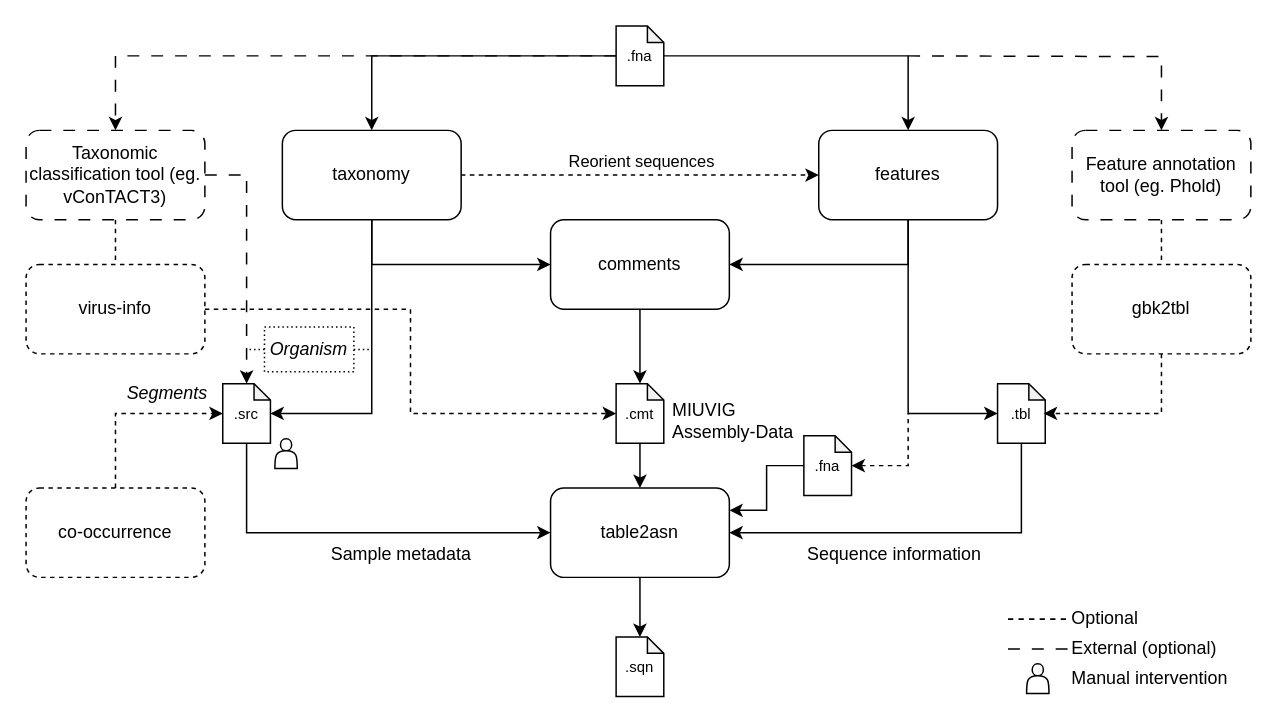
This is _static/suvtk_diagram.drawio from LanderDC/suvtk, a draw.io file, before an edit. Source tidied: cells renumbered, new cells numbered last; positions are measured from the earlier drawing's top-left corner, leaving out a move shared by most shapes. Both pictures are drawn from the tidied source at 149%, with x=0, y=0 at pixel (25, 25).
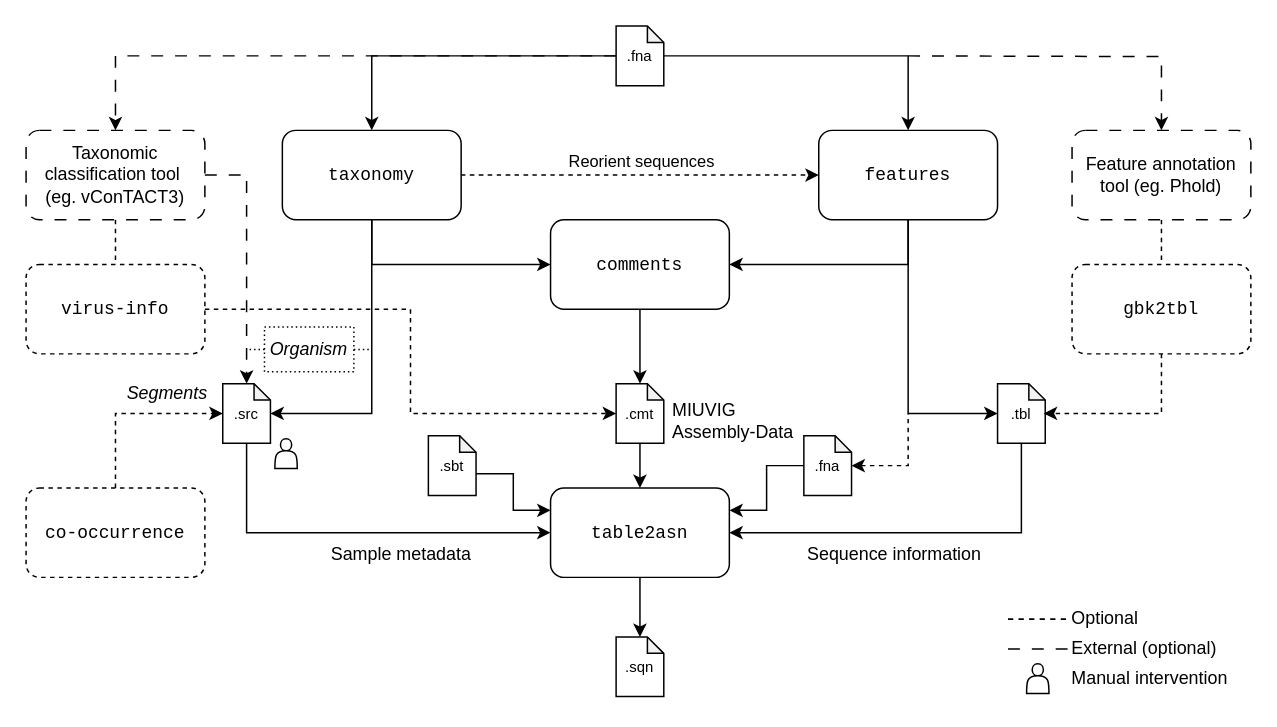
The same diagram, later.

The edit, as a diff of the source:
```diff
@@
-    <mxCell id="5" value="taxonomy" style="rounded=1;whiteSpace=wrap;html=1;" parent="1" vertex="1">
+    <mxCell id="5" value="&lt;font face=&quot;Courier New&quot;&gt;taxonomy&lt;/font&gt;" style="rounded=1;whiteSpace=wrap;html=1;" parent="1" vertex="1">
       <mxGeometry x="172" y="70" width="120" height="60" as="geometry" />
     </mxCell>
@@
-    <mxCell id="7" value="features" style="rounded=1;whiteSpace=wrap;html=1;" parent="1" vertex="1">
+    <mxCell id="7" value="&lt;font face=&quot;Courier New&quot;&gt;features&lt;/font&gt;" style="rounded=1;whiteSpace=wrap;html=1;" parent="1" vertex="1">
       <mxGeometry x="532" y="70" width="120" height="60" as="geometry" />
     </mxCell>
@@
-    <mxCell id="9" value="comments" style="rounded=1;whiteSpace=wrap;html=1;" parent="1" vertex="1">
+    <mxCell id="9" value="&lt;font face=&quot;Courier New&quot;&gt;comments&lt;/font&gt;" style="rounded=1;whiteSpace=wrap;html=1;" parent="1" vertex="1">
       <mxGeometry x="352" y="130" width="120" height="60" as="geometry" />
     </mxCell>
-    <mxCell id="10" value="virus-info" style="rounded=1;whiteSpace=wrap;html=1;dashed=1;" parent="1" vertex="1">
+    <mxCell id="10" value="&lt;font face=&quot;Courier New&quot;&gt;virus-info&lt;/font&gt;" style="rounded=1;whiteSpace=wrap;html=1;dashed=1;" parent="1" vertex="1">
       <mxGeometry y="160" width="120" height="60" as="geometry" />
     </mxCell>
@@
-    <mxCell id="13" value="table2asn" style="rounded=1;whiteSpace=wrap;html=1;" parent="1" vertex="1">
+    <mxCell id="13" value="&lt;font face=&quot;Courier New&quot;&gt;table2asn&lt;/font&gt;" style="rounded=1;whiteSpace=wrap;html=1;" parent="1" vertex="1">
       <mxGeometry x="352" y="310" width="120" height="60" as="geometry" />
     </mxCell>
@@
-    <mxCell id="15" value="gbk2tbl" style="rounded=1;whiteSpace=wrap;html=1;dashed=1;" parent="1" vertex="1">
+    <mxCell id="15" value="&lt;font face=&quot;Courier New&quot;&gt;gbk2tbl&lt;/font&gt;" style="rounded=1;whiteSpace=wrap;html=1;dashed=1;" parent="1" vertex="1">
       <mxGeometry x="702" y="160" width="120" height="60" as="geometry" />
     </mxCell>
@@
-    <mxCell id="40" value="co-occurrence" style="rounded=1;whiteSpace=wrap;html=1;dashed=1;" parent="1" vertex="1">
+    <mxCell id="40" value="&lt;font face=&quot;Courier New&quot;&gt;co-occurrence&lt;/font&gt;" style="rounded=1;whiteSpace=wrap;html=1;dashed=1;" parent="1" vertex="1">
       <mxGeometry y="310" width="120" height="60" as="geometry" />
     </mxCell>
@@
-    <mxCell id="54" value="Taxonomic classification tool (eg. vConTACT3)" style="rounded=1;whiteSpace=wrap;html=1;dashed=1;dashPattern=8 8;" parent="1" vertex="1">
+    <mxCell id="54" value="Taxonomic classification tool&amp;nbsp;&lt;div&gt;(eg. vConTACT3)&lt;/div&gt;" style="rounded=1;whiteSpace=wrap;html=1;dashed=1;dashPattern=8 8;" parent="1" vertex="1">
       <mxGeometry y="70" width="120" height="60" as="geometry" />
     </mxCell>
@@
+    <mxCell id="57" style="edgeStyle=orthogonalEdgeStyle;rounded=0;jettySize=auto;html=1;exitX=0;exitY=0;exitDx=32;exitDy=25.5;exitPerimeter=0;entryX=0;entryY=0.25;entryDx=0;entryDy=0;" parent="1" edge="1" source="58" target="13">
+      <mxGeometry relative="1" as="geometry" />
+    </mxCell>
+    <mxCell id="58" value="&lt;font style=&quot;font-size: 10px;&quot;&gt;.sbt&lt;/font&gt;" style="shape=note;whiteSpace=wrap;html=1;backgroundOutline=1;darkOpacity=0.05;size=11;" parent="1" vertex="1">
+      <mxGeometry x="270" y="275" width="32" height="40" as="geometry" />
+    </mxCell>
```
